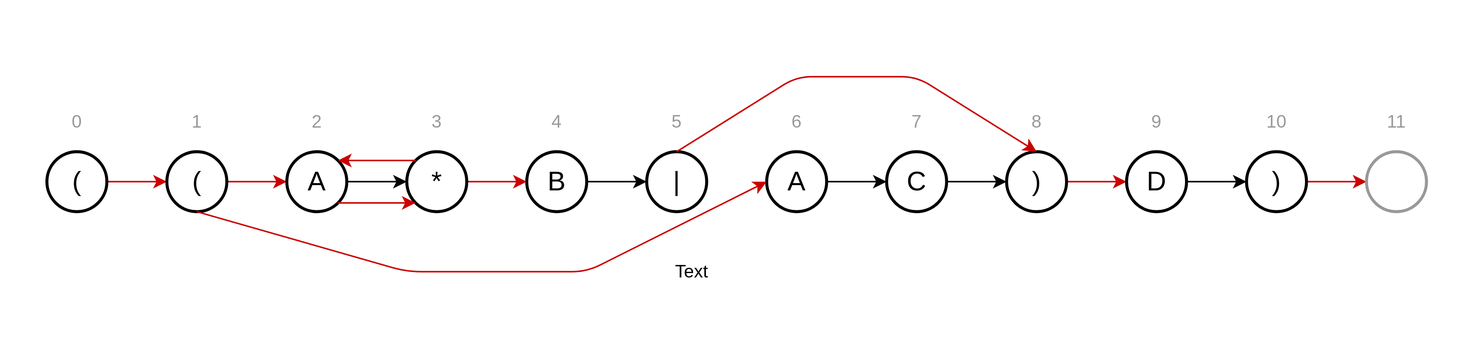
Above: source/_posts/string-algorithm/nfa.svg in SilhDing/SilhDing.github.io (draw.io), before the change. Source tidied: cells renumbered, new cells last; positions are measured from the earlier drawing's top-left corner, leaving out a move shared by most shapes. Source of this version:
```xml
<mxGraphModel>
  <root>
    <mxCell id="0" />
    <mxCell id="1" parent="0" />
    <mxCell id="2" style="rounded=0;whiteSpace=wrap;html=1;strokeColor=none;strokeWidth=2;" parent="1" vertex="1">
      <mxGeometry width="970" height="230" as="geometry" />
    </mxCell>
    <mxCell id="3" style="edgeStyle=orthogonalEdgeStyle;rounded=0;jettySize=auto;html=1;strokeColor=#CC0000;" parent="1" edge="1" source="4" target="6">
      <mxGeometry relative="1" as="geometry" />
    </mxCell>
    <mxCell id="4" value="&lt;font style=&quot;font-size: 18px&quot;&gt;(&lt;/font&gt;" style="ellipse;whiteSpace=wrap;html=1;strokeWidth=2;" parent="1" vertex="1">
      <mxGeometry x="30" y="100" width="40" height="40" as="geometry" />
    </mxCell>
    <mxCell id="5" style="edgeStyle=orthogonalEdgeStyle;rounded=0;jettySize=auto;html=1;strokeColor=#CC0000;" parent="1" edge="1" source="6" target="15">
      <mxGeometry relative="1" as="geometry" />
    </mxCell>
    <mxCell id="6" value="&lt;font style=&quot;font-size: 18px&quot;&gt;(&lt;/font&gt;" style="ellipse;whiteSpace=wrap;html=1;strokeWidth=2;" parent="1" vertex="1">
      <mxGeometry x="110" y="100" width="40" height="40" as="geometry" />
    </mxCell>
    <mxCell id="7" style="edgeStyle=orthogonalEdgeStyle;rounded=0;jettySize=auto;html=1;" parent="1" edge="1" source="8" target="10">
      <mxGeometry relative="1" as="geometry" />
    </mxCell>
    <mxCell id="8" value="&lt;font style=&quot;font-size: 18px&quot;&gt;A&lt;/font&gt;" style="ellipse;whiteSpace=wrap;html=1;strokeWidth=2;" parent="1" vertex="1">
      <mxGeometry x="510" y="100" width="40" height="40" as="geometry" />
    </mxCell>
    <mxCell id="9" style="edgeStyle=orthogonalEdgeStyle;rounded=0;jettySize=auto;html=1;" parent="1" edge="1" source="10" target="19">
      <mxGeometry relative="1" as="geometry" />
    </mxCell>
    <mxCell id="10" value="&lt;font style=&quot;font-size: 18px&quot;&gt;C&lt;/font&gt;" style="ellipse;whiteSpace=wrap;html=1;strokeWidth=2;" parent="1" vertex="1">
      <mxGeometry x="590" y="100" width="40" height="40" as="geometry" />
    </mxCell>
    <mxCell id="11" style="edgeStyle=orthogonalEdgeStyle;rounded=0;jettySize=auto;html=1;" parent="1" edge="1" source="12" target="13">
      <mxGeometry relative="1" as="geometry" />
    </mxCell>
    <mxCell id="12" value="&lt;font style=&quot;font-size: 18px&quot;&gt;B&lt;/font&gt;" style="ellipse;whiteSpace=wrap;html=1;strokeWidth=2;" parent="1" vertex="1">
      <mxGeometry x="350" y="100" width="40" height="40" as="geometry" />
    </mxCell>
    <mxCell id="13" value="&lt;font style=&quot;font-size: 18px&quot;&gt;|&lt;/font&gt;" style="ellipse;whiteSpace=wrap;html=1;strokeWidth=2;" parent="1" vertex="1">
      <mxGeometry x="430" y="100" width="40" height="40" as="geometry" />
    </mxCell>
    <mxCell id="14" style="edgeStyle=orthogonalEdgeStyle;rounded=0;jettySize=auto;html=1;" parent="1" edge="1" source="15" target="17">
      <mxGeometry relative="1" as="geometry" />
    </mxCell>
    <mxCell id="15" value="&lt;font style=&quot;font-size: 18px&quot;&gt;A&lt;/font&gt;" style="ellipse;whiteSpace=wrap;html=1;strokeWidth=2;" parent="1" vertex="1">
      <mxGeometry x="190" y="100" width="40" height="40" as="geometry" />
    </mxCell>
    <mxCell id="16" style="edgeStyle=orthogonalEdgeStyle;rounded=0;jettySize=auto;html=1;strokeColor=#CC0000;" parent="1" edge="1" source="17" target="12">
      <mxGeometry relative="1" as="geometry" />
    </mxCell>
    <mxCell id="17" value="&lt;font style=&quot;font-size: 18px&quot;&gt;*&lt;/font&gt;" style="ellipse;whiteSpace=wrap;html=1;strokeWidth=2;" parent="1" vertex="1">
      <mxGeometry x="270" y="100" width="40" height="40" as="geometry" />
    </mxCell>
    <mxCell id="18" style="edgeStyle=orthogonalEdgeStyle;rounded=0;jettySize=auto;html=1;strokeColor=#CC0000;" parent="1" edge="1" source="19" target="21">
      <mxGeometry relative="1" as="geometry" />
    </mxCell>
    <mxCell id="19" value="&lt;font style=&quot;font-size: 18px&quot;&gt;)&lt;/font&gt;" style="ellipse;whiteSpace=wrap;html=1;strokeWidth=2;" parent="1" vertex="1">
      <mxGeometry x="670" y="100" width="40" height="40" as="geometry" />
    </mxCell>
    <mxCell id="20" style="edgeStyle=orthogonalEdgeStyle;rounded=0;jettySize=auto;html=1;" parent="1" edge="1" source="21" target="23">
      <mxGeometry relative="1" as="geometry" />
    </mxCell>
    <mxCell id="21" value="&lt;font style=&quot;font-size: 18px&quot;&gt;D&lt;/font&gt;" style="ellipse;whiteSpace=wrap;html=1;strokeWidth=2;" parent="1" vertex="1">
      <mxGeometry x="750" y="100" width="40" height="40" as="geometry" />
    </mxCell>
    <mxCell id="22" style="edgeStyle=orthogonalEdgeStyle;rounded=0;jettySize=auto;html=1;strokeColor=#CC0000;" parent="1" edge="1" source="23" target="24">
      <mxGeometry relative="1" as="geometry" />
    </mxCell>
    <mxCell id="23" value="&lt;font style=&quot;font-size: 18px&quot;&gt;)&lt;/font&gt;" style="ellipse;whiteSpace=wrap;html=1;strokeWidth=2;" parent="1" vertex="1">
      <mxGeometry x="830" y="100" width="40" height="40" as="geometry" />
    </mxCell>
    <mxCell id="24" style="ellipse;whiteSpace=wrap;html=1;strokeColor=#999999;strokeWidth=2;" parent="1" vertex="1">
      <mxGeometry x="910" y="100" width="40" height="40" as="geometry" />
    </mxCell>
    <mxCell id="25" style="endArrow=classic;html=1;strokeColor=#CC0000;exitX=0.5;exitY=1;exitDx=0;exitDy=0;entryX=0;entryY=0.5;entryDx=0;entryDy=0;" parent="1" edge="1" source="6" target="8">
      <mxGeometry relative="1" as="geometry">
        <Array as="points">
          <mxPoint x="270" y="180" />
          <mxPoint x="390" y="180" />
        </Array>
      </mxGeometry>
    </mxCell>
    <mxCell id="26" style="endArrow=classic;html=1;strokeColor=#CC0000;exitX=0;exitY=0;exitDx=0;exitDy=0;entryX=1;entryY=0;entryDx=0;entryDy=0;" parent="1" edge="1" source="17" target="15">
      <mxGeometry relative="1" as="geometry" />
    </mxCell>
    <mxCell id="27" style="endArrow=classic;html=1;strokeColor=#CC0000;exitX=1;exitY=1;exitDx=0;exitDy=0;entryX=0;entryY=1;entryDx=0;entryDy=0;" parent="1" edge="1" source="15" target="17">
      <mxGeometry relative="1" as="geometry" />
    </mxCell>
    <mxCell id="28" style="endArrow=classic;html=1;strokeColor=#CC0000;exitX=0.5;exitY=0;exitDx=0;exitDy=0;entryX=0.5;entryY=0;entryDx=0;entryDy=0;" parent="1" edge="1" source="13" target="19">
      <mxGeometry relative="1" as="geometry">
        <Array as="points">
          <mxPoint x="530" y="50" />
          <mxPoint x="570" y="50" />
          <mxPoint x="610" y="50" />
        </Array>
      </mxGeometry>
    </mxCell>
    <mxCell id="29" value="Text" style="text;html=1;strokeColor=none;fillColor=none;align=center;verticalAlign=middle;whiteSpace=wrap;rounded=0;" parent="1" vertex="1">
      <mxGeometry x="440" y="170" width="40" height="20" as="geometry" />
    </mxCell>
    <mxCell id="30" value="0" style="text;html=1;strokeColor=none;fillColor=none;align=center;verticalAlign=middle;whiteSpace=wrap;rounded=0;fontColor=#999999;" parent="1" vertex="1">
      <mxGeometry x="30" y="70" width="40" height="20" as="geometry" />
    </mxCell>
    <mxCell id="31" value="1" style="text;html=1;strokeColor=none;fillColor=none;align=center;verticalAlign=middle;whiteSpace=wrap;rounded=0;fontColor=#999999;" parent="1" vertex="1">
      <mxGeometry x="110" y="70" width="40" height="20" as="geometry" />
    </mxCell>
    <mxCell id="32" value="2" style="text;html=1;strokeColor=none;fillColor=none;align=center;verticalAlign=middle;whiteSpace=wrap;rounded=0;fontColor=#999999;" parent="1" vertex="1">
      <mxGeometry x="190" y="70" width="40" height="20" as="geometry" />
    </mxCell>
    <mxCell id="33" value="3" style="text;html=1;strokeColor=none;fillColor=none;align=center;verticalAlign=middle;whiteSpace=wrap;rounded=0;fontColor=#999999;" parent="1" vertex="1">
      <mxGeometry x="270" y="70" width="40" height="20" as="geometry" />
    </mxCell>
    <mxCell id="34" value="4" style="text;html=1;strokeColor=none;fillColor=none;align=center;verticalAlign=middle;whiteSpace=wrap;rounded=0;fontColor=#999999;" parent="1" vertex="1">
      <mxGeometry x="350" y="70" width="40" height="20" as="geometry" />
    </mxCell>
    <mxCell id="35" value="5" style="text;html=1;strokeColor=none;fillColor=none;align=center;verticalAlign=middle;whiteSpace=wrap;rounded=0;fontColor=#999999;" parent="1" vertex="1">
      <mxGeometry x="430" y="70" width="40" height="20" as="geometry" />
    </mxCell>
    <mxCell id="36" value="6" style="text;html=1;strokeColor=none;fillColor=none;align=center;verticalAlign=middle;whiteSpace=wrap;rounded=0;fontColor=#999999;" parent="1" vertex="1">
      <mxGeometry x="510" y="70" width="40" height="20" as="geometry" />
    </mxCell>
    <mxCell id="37" value="7" style="text;html=1;strokeColor=none;fillColor=none;align=center;verticalAlign=middle;whiteSpace=wrap;rounded=0;fontColor=#999999;" parent="1" vertex="1">
      <mxGeometry x="590" y="70" width="40" height="20" as="geometry" />
    </mxCell>
    <mxCell id="38" value="8" style="text;html=1;strokeColor=none;fillColor=none;align=center;verticalAlign=middle;whiteSpace=wrap;rounded=0;fontColor=#999999;" parent="1" vertex="1">
      <mxGeometry x="670" y="70" width="40" height="20" as="geometry" />
    </mxCell>
    <mxCell id="39" value="9" style="text;html=1;strokeColor=none;fillColor=none;align=center;verticalAlign=middle;whiteSpace=wrap;rounded=0;fontColor=#999999;" parent="1" vertex="1">
      <mxGeometry x="750" y="70" width="40" height="20" as="geometry" />
    </mxCell>
    <mxCell id="40" value="10" style="text;html=1;strokeColor=none;fillColor=none;align=center;verticalAlign=middle;whiteSpace=wrap;rounded=0;fontColor=#999999;" parent="1" vertex="1">
      <mxGeometry x="830" y="70" width="40" height="20" as="geometry" />
    </mxCell>
    <mxCell id="41" value="11" style="text;html=1;strokeColor=none;fillColor=none;align=center;verticalAlign=middle;whiteSpace=wrap;rounded=0;fontColor=#999999;" parent="1" vertex="1">
      <mxGeometry x="910" y="70" width="40" height="20" as="geometry" />
    </mxCell>
  </root>
</mxGraphModel>
```
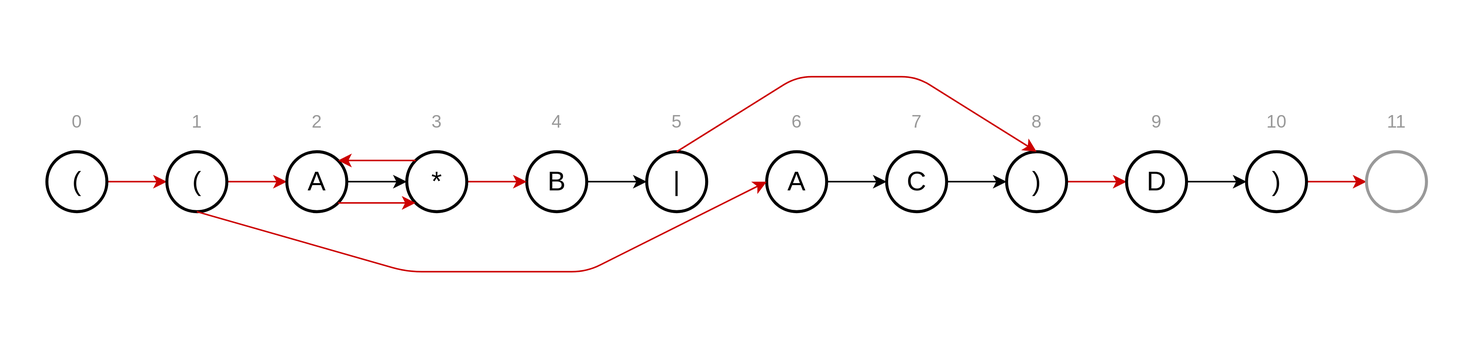
After the commit.

The edit, as a diff of the source:
```diff
@@ -94,9 +94,6 @@
         </Array>
       </mxGeometry>
     </mxCell>
-    <mxCell id="29" value="Text" style="text;html=1;strokeColor=none;fillColor=none;align=center;verticalAlign=middle;whiteSpace=wrap;rounded=0;" parent="1" vertex="1">
-      <mxGeometry x="440" y="170" width="40" height="20" as="geometry" />
-    </mxCell>
     <mxCell id="30" value="0" style="text;html=1;strokeColor=none;fillColor=none;align=center;verticalAlign=middle;whiteSpace=wrap;rounded=0;fontColor=#999999;" parent="1" vertex="1">
       <mxGeometry x="30" y="70" width="40" height="20" as="geometry" />
     </mxCell>
```
